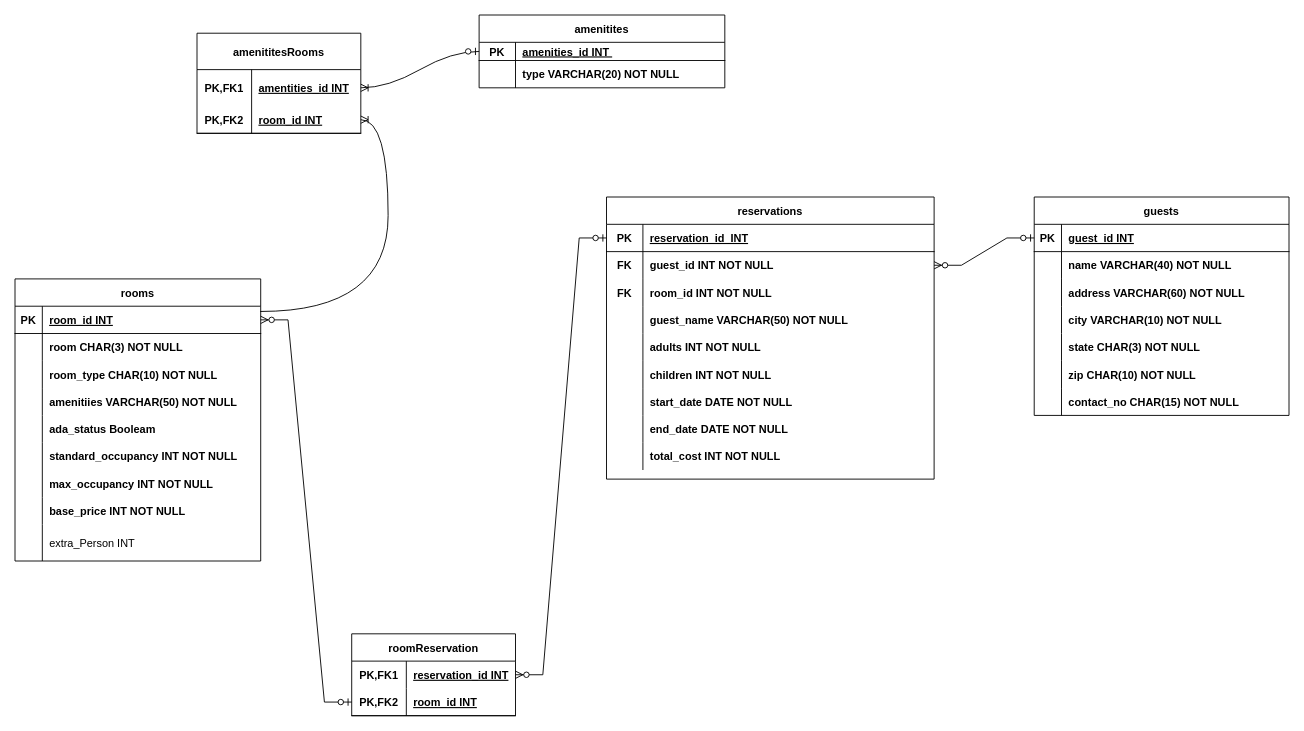
The draw.io diagram HotelReservation.drawio in raveen112/raveen-mathai-classwork, before the edit. Source tidied: cells renumbered, new cells numbered last; positions are measured from the earlier drawing's top-left corner, leaving out a move shared by most shapes. Both pictures are drawn from the tidied source at 91%, with x=0, y=0 at pixel (15, 15).
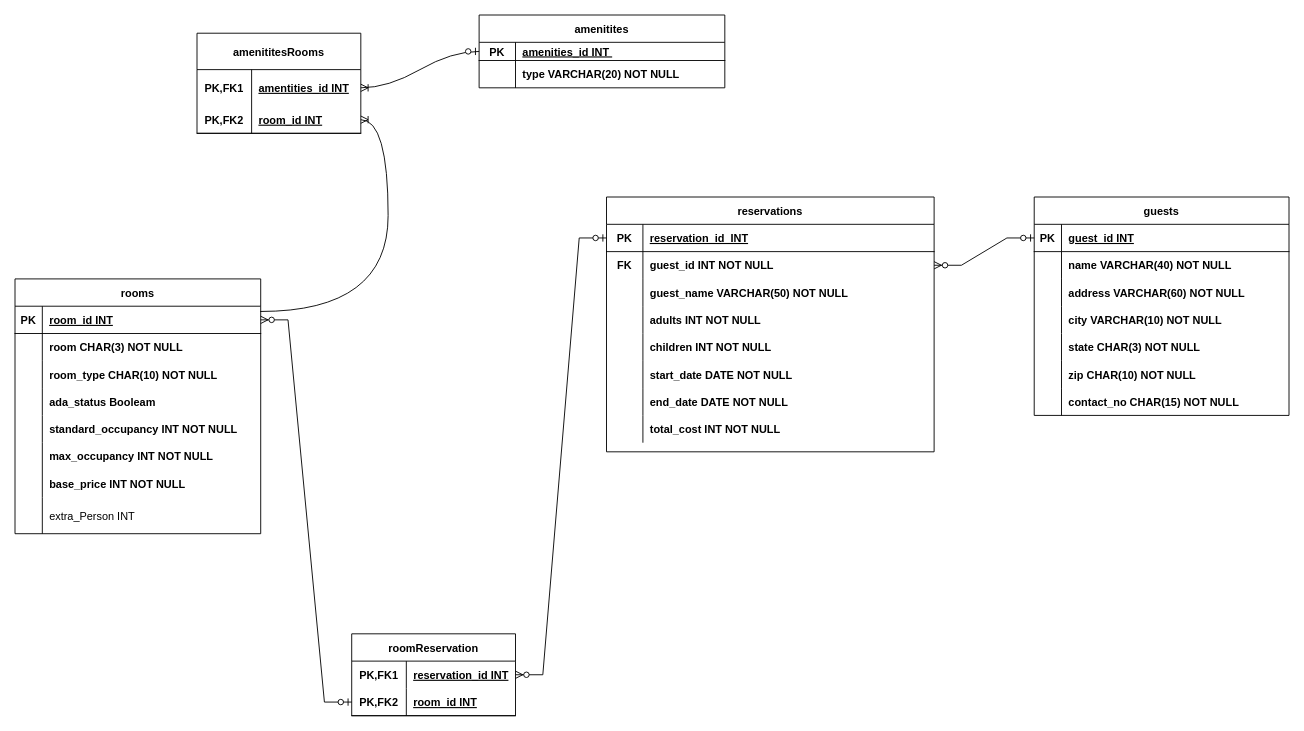
After the change.

What changed in the source:
```diff
@@
     <mxCell id="2" value="reservations" style="shape=table;startSize=30;childLayout=tableLayout;rowLines=0;fontStyle=1;align=center;" parent="1" vertex="1">
-      <mxGeometry x="650" y="200" width="360" height="310" as="geometry" />
+      <mxGeometry x="650" y="200" width="360" height="280" as="geometry" />
     </mxCell>
@@
-    <mxCell id="9" style="shape=tableRow;horizontal=0;startSize=0;swimlaneHead=0;swimlaneBody=0;fillColor=none;top=0;left=0;right=0;bottom=0;" parent="2" vertex="1">
-      <mxGeometry y="90" width="360" height="30" as="geometry" />
-    </mxCell>
-    <mxCell id="10" value="FK" style="shape=partialRectangle;fillColor=none;top=0;left=0;bottom=0;right=0;overflow=hidden;fontStyle=1;" parent="9" vertex="1">
-      <mxGeometry width="40" height="30" as="geometry" />
-    </mxCell>
-    <mxCell id="11" value="room_id INT NOT NULL" style="shape=partialRectangle;fillColor=none;top=0;left=0;bottom=0;right=0;align=left;spacingLeft=6;overflow=hidden;fontStyle=1;" parent="9" vertex="1">
-      <mxGeometry x="40" width="320" height="30" as="geometry" />
-    </mxCell>
     <mxCell id="12" style="shape=tableRow;horizontal=0;startSize=0;swimlaneHead=0;swimlaneBody=0;fillColor=none;top=0;left=0;right=0;bottom=0;" parent="2" vertex="1">
-      <mxGeometry y="120" width="360" height="30" as="geometry" />
+      <mxGeometry y="90" width="360" height="30" as="geometry" />
     </mxCell>
@@
     <mxCell id="15" style="shape=tableRow;horizontal=0;startSize=0;swimlaneHead=0;swimlaneBody=0;fillColor=none;top=0;left=0;right=0;bottom=0;" parent="2" vertex="1">
-      <mxGeometry y="150" width="360" height="30" as="geometry" />
+      <mxGeometry y="120" width="360" height="30" as="geometry" />
     </mxCell>
@@
     <mxCell id="18" style="shape=tableRow;horizontal=0;startSize=0;swimlaneHead=0;swimlaneBody=0;fillColor=none;top=0;left=0;right=0;bottom=0;" parent="2" vertex="1">
-      <mxGeometry y="180" width="360" height="30" as="geometry" />
+      <mxGeometry y="150" width="360" height="30" as="geometry" />
     </mxCell>
@@
     <mxCell id="21" style="shape=tableRow;horizontal=0;startSize=0;swimlaneHead=0;swimlaneBody=0;fillColor=none;top=0;left=0;right=0;bottom=0;" parent="2" vertex="1">
-      <mxGeometry y="210" width="360" height="30" as="geometry" />
+      <mxGeometry y="180" width="360" height="30" as="geometry" />
     </mxCell>
@@
     <mxCell id="24" style="shape=tableRow;horizontal=0;startSize=0;swimlaneHead=0;swimlaneBody=0;fillColor=none;top=0;left=0;right=0;bottom=0;" parent="2" vertex="1">
-      <mxGeometry y="240" width="360" height="30" as="geometry" />
+      <mxGeometry y="210" width="360" height="30" as="geometry" />
     </mxCell>
@@
     <mxCell id="27" style="shape=tableRow;horizontal=0;startSize=0;swimlaneHead=0;swimlaneBody=0;fillColor=none;top=0;left=0;right=0;bottom=0;" parent="2" vertex="1">
-      <mxGeometry y="270" width="360" height="30" as="geometry" />
+      <mxGeometry y="240" width="360" height="30" as="geometry" />
     </mxCell>
@@
     <mxCell id="30" value="rooms" style="shape=table;startSize=30;childLayout=tableLayout;rowLines=0;fontStyle=1;align=center;" parent="1" vertex="1">
-      <mxGeometry y="290" width="270" height="310" as="geometry" />
+      <mxGeometry y="290" width="270" height="280" as="geometry" />
     </mxCell>
@@
-    <mxCell id="40" style="shape=tableRow;horizontal=0;startSize=0;swimlaneHead=0;swimlaneBody=0;fillColor=none;top=0;left=0;right=0;bottom=0;" parent="30" vertex="1">
-      <mxGeometry y="120" width="270" height="30" as="geometry" />
-    </mxCell>
-    <mxCell id="41" style="shape=partialRectangle;fillColor=none;top=0;left=0;bottom=0;right=0;overflow=hidden;" parent="40" vertex="1">
-      <mxGeometry width="30" height="30" as="geometry" />
-    </mxCell>
-    <mxCell id="42" value="amenitiies VARCHAR(50) NOT NULL" style="shape=partialRectangle;fillColor=none;top=0;left=0;bottom=0;right=0;align=left;spacingLeft=6;overflow=hidden;fontStyle=1;" parent="40" vertex="1">
-      <mxGeometry x="30" width="240" height="30" as="geometry" />
-    </mxCell>
     <mxCell id="43" style="shape=tableRow;horizontal=0;startSize=0;swimlaneHead=0;swimlaneBody=0;fillColor=none;top=0;left=0;right=0;bottom=0;" parent="30" vertex="1">
-      <mxGeometry y="150" width="270" height="30" as="geometry" />
+      <mxGeometry y="120" width="270" height="30" as="geometry" />
     </mxCell>
@@
     <mxCell id="46" style="shape=tableRow;horizontal=0;startSize=0;swimlaneHead=0;swimlaneBody=0;fillColor=none;top=0;left=0;right=0;bottom=0;" parent="30" vertex="1">
-      <mxGeometry y="180" width="270" height="30" as="geometry" />
+      <mxGeometry y="150" width="270" height="30" as="geometry" />
     </mxCell>
@@
     <mxCell id="49" style="shape=tableRow;horizontal=0;startSize=0;swimlaneHead=0;swimlaneBody=0;fillColor=none;top=0;left=0;right=0;bottom=0;" parent="30" vertex="1">
-      <mxGeometry y="210" width="270" height="30" as="geometry" />
+      <mxGeometry y="180" width="270" height="30" as="geometry" />
     </mxCell>
@@
     <mxCell id="52" style="shape=tableRow;horizontal=0;startSize=0;swimlaneHead=0;swimlaneBody=0;fillColor=none;top=0;left=0;right=0;bottom=0;" parent="30" vertex="1">
-      <mxGeometry y="240" width="270" height="30" as="geometry" />
+      <mxGeometry y="210" width="270" height="30" as="geometry" />
     </mxCell>
@@
     <mxCell id="55" style="shape=tableRow;horizontal=0;startSize=0;swimlaneHead=0;swimlaneBody=0;fillColor=none;top=0;left=0;right=0;bottom=0;" parent="30" vertex="1">
-      <mxGeometry y="270" width="270" height="40" as="geometry" />
+      <mxGeometry y="240" width="270" height="40" as="geometry" />
     </mxCell>
```
